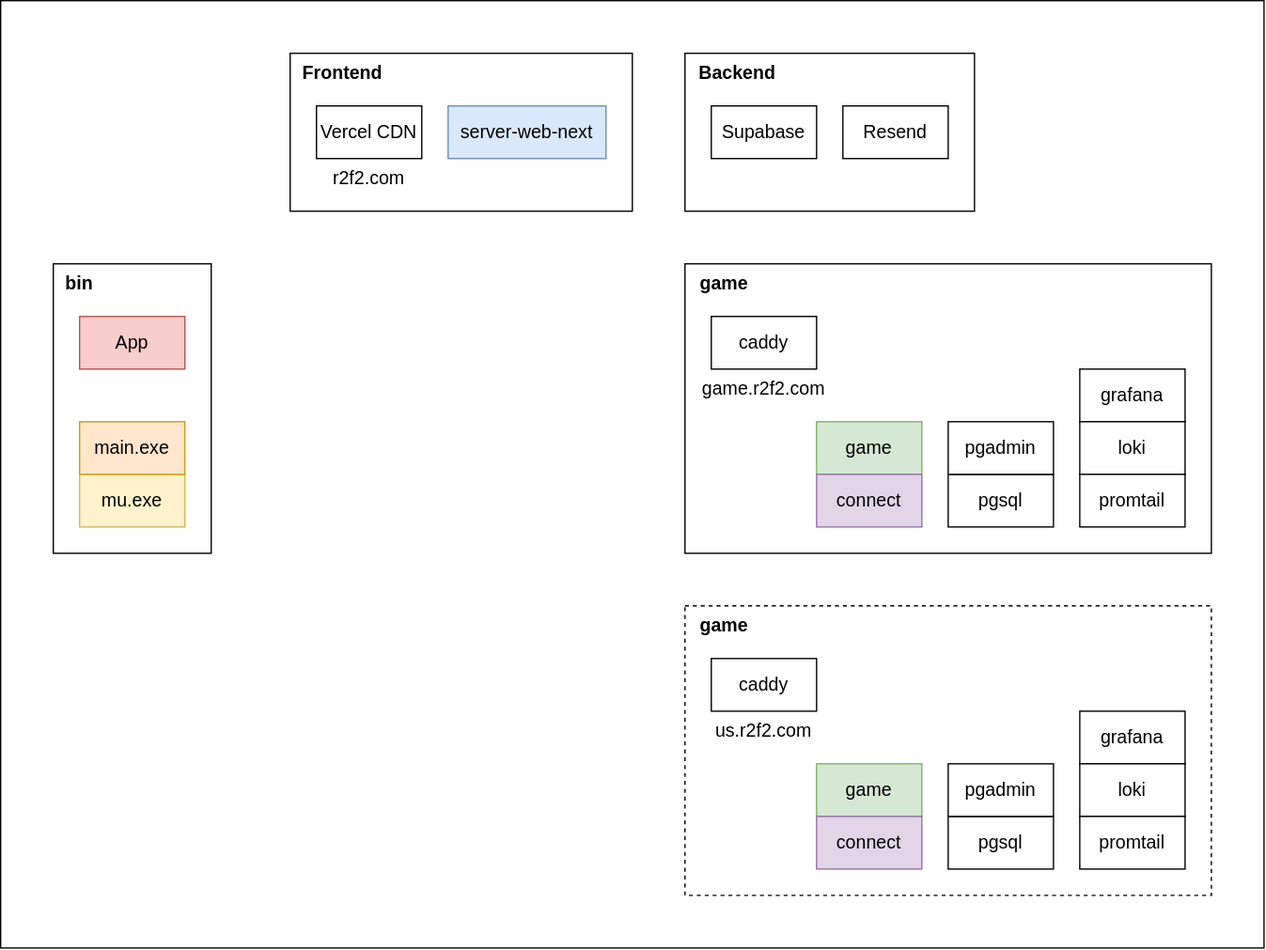
xujintao/balgass keeps this draw.io diagram as docker/deploy.drawio.svg. Above is the earlier version. Source tidied: cells renumbered, new cells last; positions are measured from the earlier drawing's top-left corner, leaving out a move shared by most shapes. Source of this version:
```xml
<mxGraphModel>
  <root>
    <mxCell id="0" />
    <mxCell id="1" parent="0" />
    <mxCell id="2" style="rounded=0;whiteSpace=wrap;html=1;fillColor=none;fontSize=14;" parent="1" vertex="1">
      <mxGeometry width="960" height="720" as="geometry" />
    </mxCell>
    <mxCell id="3" style="rounded=0;whiteSpace=wrap;html=1;fillColor=none;fontSize=14;" parent="1" vertex="1">
      <mxGeometry x="520" y="40" width="220" height="120" as="geometry" />
    </mxCell>
    <mxCell id="4" style="rounded=0;whiteSpace=wrap;html=1;fillColor=none;fontSize=14;" parent="1" vertex="1">
      <mxGeometry x="220" y="40" width="260" height="120" as="geometry" />
    </mxCell>
    <mxCell id="5" style="rounded=0;whiteSpace=wrap;html=1;dashed=1;fontSize=14;fillColor=none;" parent="1" vertex="1">
      <mxGeometry x="520" y="460" width="400" height="220" as="geometry" />
    </mxCell>
    <mxCell id="6" style="rounded=0;whiteSpace=wrap;html=1;fontSize=14;fillColor=none;" parent="1" vertex="1">
      <mxGeometry x="520" y="200" width="400" height="220" as="geometry" />
    </mxCell>
    <mxCell id="7" style="rounded=0;whiteSpace=wrap;html=1;fontSize=14;fillColor=none;" parent="1" vertex="1">
      <mxGeometry x="40" y="200" width="120" height="220" as="geometry" />
    </mxCell>
    <mxCell id="8" value="caddy" style="rounded=0;whiteSpace=wrap;html=1;fontSize=14;" parent="1" vertex="1">
      <mxGeometry x="540" y="240" width="80" height="40" as="geometry" />
    </mxCell>
    <mxCell id="9" value="Vercel CDN" style="rounded=0;whiteSpace=wrap;html=1;strokeWidth=1;fontSize=14;" parent="1" vertex="1">
      <mxGeometry x="240" y="80" width="80" height="40" as="geometry" />
    </mxCell>
    <mxCell id="10" value="game" style="rounded=0;whiteSpace=wrap;html=1;strokeWidth=1;fillColor=#d5e8d4;strokeColor=#82b366;fontSize=14;" parent="1" vertex="1">
      <mxGeometry x="620" y="320" width="80" height="40" as="geometry" />
    </mxCell>
    <mxCell id="11" value="connect" style="rounded=0;whiteSpace=wrap;html=1;strokeWidth=1;fillColor=#e1d5e7;strokeColor=#9673a6;fontSize=14;" parent="1" vertex="1">
      <mxGeometry x="620" y="360" width="80" height="40" as="geometry" />
    </mxCell>
    <mxCell id="12" value="pgsql" style="rounded=0;whiteSpace=wrap;html=1;fontSize=14;" parent="1" vertex="1">
      <mxGeometry x="720" y="360" width="80" height="40" as="geometry" />
    </mxCell>
    <mxCell id="13" value="game.r2f2.com" style="text;html=1;strokeColor=none;fillColor=none;align=center;verticalAlign=middle;whiteSpace=wrap;rounded=0;fontSize=14;" parent="1" vertex="1">
      <mxGeometry x="530" y="280" width="100" height="30" as="geometry" />
    </mxCell>
    <mxCell id="14" value="server-web-next" style="rounded=0;whiteSpace=wrap;html=1;fontSize=14;fillColor=#dae8fc;strokeColor=#6c8ebf;" parent="1" vertex="1">
      <mxGeometry x="340" y="80" width="120" height="40" as="geometry" />
    </mxCell>
    <mxCell id="15" value="pgadmin" style="rounded=0;whiteSpace=wrap;html=1;fontSize=14;" parent="1" vertex="1">
      <mxGeometry x="720" y="320" width="80" height="40" as="geometry" />
    </mxCell>
    <mxCell id="16" value="grafana" style="rounded=0;whiteSpace=wrap;html=1;fontSize=14;" parent="1" vertex="1">
      <mxGeometry x="820" y="280" width="80" height="40" as="geometry" />
    </mxCell>
    <mxCell id="17" value="loki" style="rounded=0;whiteSpace=wrap;html=1;fontSize=14;" parent="1" vertex="1">
      <mxGeometry x="820" y="320" width="80" height="40" as="geometry" />
    </mxCell>
    <mxCell id="18" value="App" style="rounded=0;whiteSpace=wrap;html=1;fontSize=14;fillColor=#f8cecc;strokeColor=#b85450;" parent="1" vertex="1">
      <mxGeometry x="60" y="240" width="80" height="40" as="geometry" />
    </mxCell>
    <mxCell id="19" value="mu.exe" style="rounded=0;whiteSpace=wrap;html=1;strokeWidth=1;fillColor=#fff2cc;strokeColor=#d6b656;fontSize=14;" parent="1" vertex="1">
      <mxGeometry x="60" y="360" width="80" height="40" as="geometry" />
    </mxCell>
    <mxCell id="20" value="main.exe" style="rounded=0;whiteSpace=wrap;html=1;strokeWidth=1;fillColor=#ffe6cc;strokeColor=#d79b00;fontSize=14;" parent="1" vertex="1">
      <mxGeometry x="60" y="320" width="80" height="40" as="geometry" />
    </mxCell>
    <mxCell id="21" value="game" style="text;html=1;align=center;verticalAlign=middle;whiteSpace=wrap;rounded=0;fontSize=14;fontStyle=1;" parent="1" vertex="1">
      <mxGeometry x="520" y="200" width="60" height="30" as="geometry" />
    </mxCell>
    <mxCell id="22" value="bin" style="text;html=1;align=center;verticalAlign=middle;whiteSpace=wrap;rounded=0;fontSize=14;fontStyle=1;" parent="1" vertex="1">
      <mxGeometry x="40" y="200" width="40" height="30" as="geometry" />
    </mxCell>
    <mxCell id="23" value="promtail" style="rounded=0;whiteSpace=wrap;html=1;fontSize=14;" parent="1" vertex="1">
      <mxGeometry x="820" y="360" width="80" height="40" as="geometry" />
    </mxCell>
    <mxCell id="24" value="Supabase" style="rounded=0;whiteSpace=wrap;html=1;fontSize=14;" parent="1" vertex="1">
      <mxGeometry x="540" y="80" width="80" height="40" as="geometry" />
    </mxCell>
    <mxCell id="25" value="Resend" style="rounded=0;whiteSpace=wrap;html=1;fontSize=14;" parent="1" vertex="1">
      <mxGeometry x="640" y="80" width="80" height="40" as="geometry" />
    </mxCell>
    <mxCell id="26" value="caddy" style="rounded=0;whiteSpace=wrap;html=1;fontSize=14;" parent="1" vertex="1">
      <mxGeometry x="540" y="500" width="80" height="40" as="geometry" />
    </mxCell>
    <mxCell id="27" value="game" style="rounded=0;whiteSpace=wrap;html=1;strokeWidth=1;fillColor=#d5e8d4;strokeColor=#82b366;fontSize=14;" parent="1" vertex="1">
      <mxGeometry x="620" y="580" width="80" height="40" as="geometry" />
    </mxCell>
    <mxCell id="28" value="connect" style="rounded=0;whiteSpace=wrap;html=1;strokeWidth=1;fillColor=#e1d5e7;strokeColor=#9673a6;fontSize=14;" parent="1" vertex="1">
      <mxGeometry x="620" y="620" width="80" height="40" as="geometry" />
    </mxCell>
    <mxCell id="29" value="pgsql" style="rounded=0;whiteSpace=wrap;html=1;fontSize=14;" parent="1" vertex="1">
      <mxGeometry x="720" y="620" width="80" height="40" as="geometry" />
    </mxCell>
    <mxCell id="30" value="us.r2f2.com" style="text;html=1;strokeColor=none;fillColor=none;align=center;verticalAlign=middle;whiteSpace=wrap;rounded=0;fontSize=14;" parent="1" vertex="1">
      <mxGeometry x="530" y="540" width="100" height="30" as="geometry" />
    </mxCell>
    <mxCell id="31" value="pgadmin" style="rounded=0;whiteSpace=wrap;html=1;fontSize=14;" parent="1" vertex="1">
      <mxGeometry x="720" y="580" width="80" height="40" as="geometry" />
    </mxCell>
    <mxCell id="32" value="grafana" style="rounded=0;whiteSpace=wrap;html=1;fontSize=14;" parent="1" vertex="1">
      <mxGeometry x="820" y="540" width="80" height="40" as="geometry" />
    </mxCell>
    <mxCell id="33" value="loki" style="rounded=0;whiteSpace=wrap;html=1;fontSize=14;" parent="1" vertex="1">
      <mxGeometry x="820" y="580" width="80" height="40" as="geometry" />
    </mxCell>
    <mxCell id="34" value="promtail" style="rounded=0;whiteSpace=wrap;html=1;fontSize=14;" parent="1" vertex="1">
      <mxGeometry x="820" y="620" width="80" height="40" as="geometry" />
    </mxCell>
    <mxCell id="35" value="game" style="text;html=1;align=center;verticalAlign=middle;whiteSpace=wrap;rounded=0;fontSize=14;fontStyle=1;" parent="1" vertex="1">
      <mxGeometry x="520" y="460" width="60" height="30" as="geometry" />
    </mxCell>
    <mxCell id="36" value="Frontend" style="text;html=1;align=center;verticalAlign=middle;whiteSpace=wrap;rounded=0;fontSize=14;fontStyle=1;" parent="1" vertex="1">
      <mxGeometry x="220" y="40" width="80" height="30" as="geometry" />
    </mxCell>
    <mxCell id="37" value="r2f2.com" style="text;html=1;strokeColor=none;fillColor=none;align=center;verticalAlign=middle;whiteSpace=wrap;rounded=0;fontSize=14;" parent="1" vertex="1">
      <mxGeometry x="230" y="120" width="100" height="30" as="geometry" />
    </mxCell>
    <mxCell id="38" value="Backend" style="text;html=1;align=center;verticalAlign=middle;whiteSpace=wrap;rounded=0;fontSize=14;fontStyle=1;" parent="1" vertex="1">
      <mxGeometry x="520" y="40" width="80" height="30" as="geometry" />
    </mxCell>
  </root>
</mxGraphModel>
```
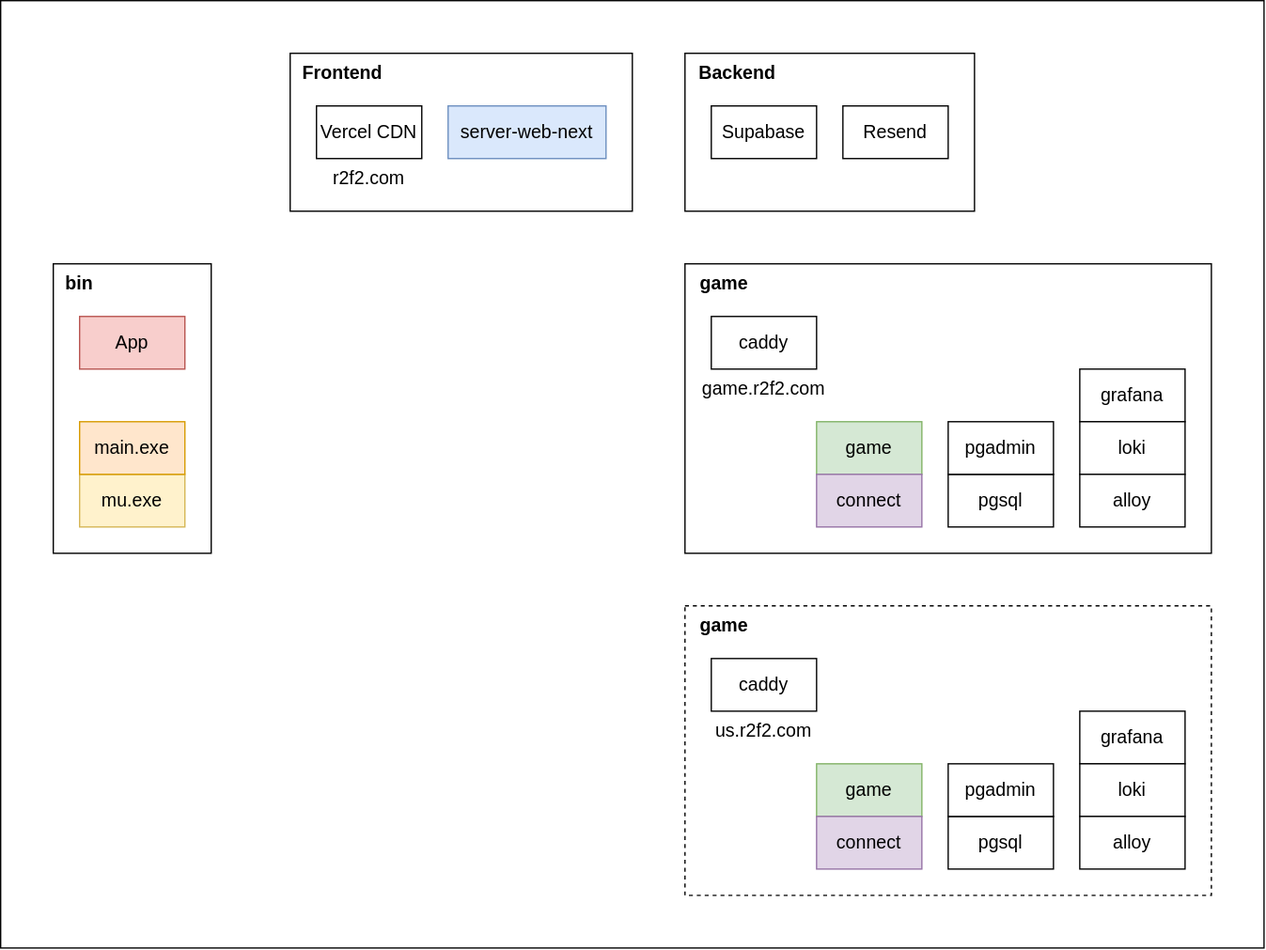
Later version of the same file.

Change to the diagram source:
```diff
@@ -65,7 +65,7 @@
     <mxCell id="22" value="bin" style="text;html=1;align=center;verticalAlign=middle;whiteSpace=wrap;rounded=0;fontSize=14;fontStyle=1;" parent="1" vertex="1">
       <mxGeometry x="40" y="200" width="40" height="30" as="geometry" />
     </mxCell>
-    <mxCell id="23" value="promtail" style="rounded=0;whiteSpace=wrap;html=1;fontSize=14;" parent="1" vertex="1">
+    <mxCell id="23" value="alloy" style="rounded=0;whiteSpace=wrap;html=1;fontSize=14;" parent="1" vertex="1">
       <mxGeometry x="820" y="360" width="80" height="40" as="geometry" />
     </mxCell>
     <mxCell id="24" value="Supabase" style="rounded=0;whiteSpace=wrap;html=1;fontSize=14;" parent="1" vertex="1">
@@ -98,7 +98,7 @@
     <mxCell id="33" value="loki" style="rounded=0;whiteSpace=wrap;html=1;fontSize=14;" parent="1" vertex="1">
       <mxGeometry x="820" y="580" width="80" height="40" as="geometry" />
     </mxCell>
-    <mxCell id="34" value="promtail" style="rounded=0;whiteSpace=wrap;html=1;fontSize=14;" parent="1" vertex="1">
+    <mxCell id="34" value="alloy" style="rounded=0;whiteSpace=wrap;html=1;fontSize=14;" parent="1" vertex="1">
       <mxGeometry x="820" y="620" width="80" height="40" as="geometry" />
     </mxCell>
     <mxCell id="35" value="game" style="text;html=1;align=center;verticalAlign=middle;whiteSpace=wrap;rounded=0;fontSize=14;fontStyle=1;" parent="1" vertex="1">
```
